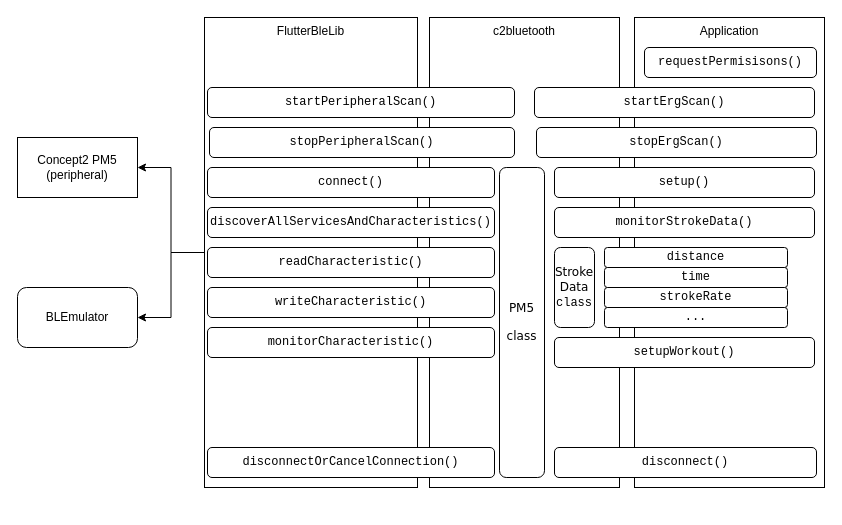
Before: docs/diagrams/C2_blue_design.drawio in OpenRowingCommunity/c2bluetooth, a draw.io diagram. Source tidied: cells renumbered, new cells numbered last; positions are measured from the earlier drawing's top-left corner, leaving out a move shared by most shapes. Both pictures are drawn from the tidied source at 100%, with x=0, y=0 at pixel (17, 17).
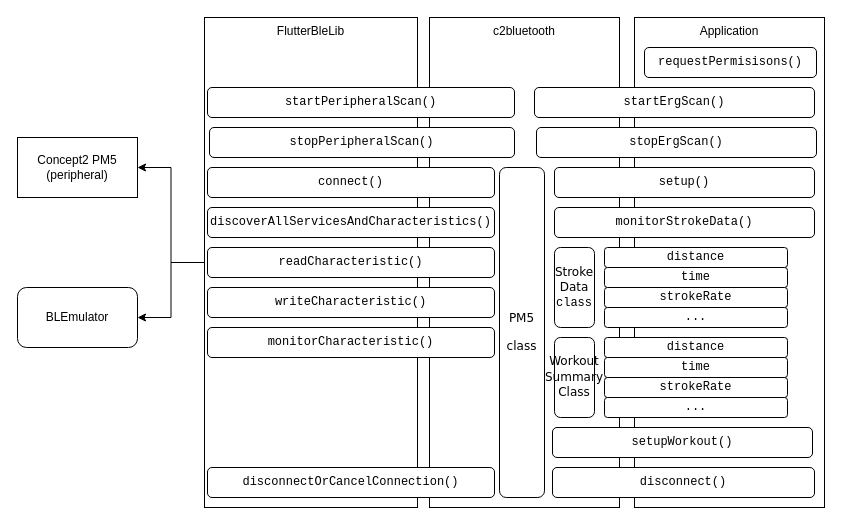
Above is the later version.

Commit message:
add workout summary class to design diagram

The edit, as a diff of the source:
```diff
@@
     <mxCell id="6" value="FlutterBleLib" style="rounded=0;whiteSpace=wrap;html=1;verticalAlign=top;" parent="1" vertex="1">
-      <mxGeometry x="187" width="213" height="470" as="geometry" />
+      <mxGeometry x="187" width="213" height="490" as="geometry" />
     </mxCell>
     <mxCell id="7" value="c2bluetooth" style="rounded=0;whiteSpace=wrap;html=1;verticalAlign=top;" parent="1" vertex="1">
-      <mxGeometry x="412" width="190" height="470" as="geometry" />
+      <mxGeometry x="412" width="190" height="490" as="geometry" />
     </mxCell>
     <mxCell id="8" value="Application" style="rounded=0;whiteSpace=wrap;html=1;verticalAlign=top;" parent="1" vertex="1">
-      <mxGeometry x="617" width="190" height="470" as="geometry" />
+      <mxGeometry x="617" width="190" height="490" as="geometry" />
     </mxCell>
@@
     <mxCell id="15" value="&lt;pre&gt;&lt;span class=&quot;pl-en&quot;&gt;&lt;font face=&quot;Verdana&quot;&gt;PM5&lt;/font&gt;&lt;/span&gt;&lt;/pre&gt;&lt;pre&gt;&lt;span class=&quot;pl-en&quot;&gt;&lt;font face=&quot;Verdana&quot;&gt;class&lt;/font&gt;&lt;/span&gt;&lt;/pre&gt;" style="rounded=1;whiteSpace=wrap;html=1;" parent="1" vertex="1">
-      <mxGeometry x="482" y="150" width="45" height="310" as="geometry" />
+      <mxGeometry x="482" y="150" width="45" height="330" as="geometry" />
     </mxCell>
@@
     <mxCell id="21" value="&lt;pre&gt;&lt;span class=&quot;pl-en&quot;&gt;disconnectOrCancelConnection()&lt;/span&gt;&lt;/pre&gt;" style="rounded=1;whiteSpace=wrap;html=1;" parent="1" vertex="1">
-      <mxGeometry x="190" y="430" width="287" height="30" as="geometry" />
+      <mxGeometry x="190" y="450" width="287" height="30" as="geometry" />
     </mxCell>
     <mxCell id="22" value="&lt;pre&gt;&lt;span class=&quot;pl-en&quot;&gt;disconnect()&lt;/span&gt;&lt;/pre&gt;" style="rounded=1;whiteSpace=wrap;html=1;" parent="1" vertex="1">
-      <mxGeometry x="537" y="430" width="262" height="30" as="geometry" />
+      <mxGeometry x="535" y="450" width="262" height="30" as="geometry" />
     </mxCell>
@@
     <mxCell id="28" value="&lt;pre&gt;&lt;span class=&quot;pl-en&quot;&gt;setupWorkout()&lt;/span&gt;&lt;/pre&gt;" style="rounded=1;whiteSpace=wrap;html=1;" parent="1" vertex="1">
-      <mxGeometry x="537" y="320" width="260" height="30" as="geometry" />
+      <mxGeometry x="535" y="410" width="260" height="30" as="geometry" />
     </mxCell>
@@
+    <mxCell id="30" value="&lt;pre&gt;&lt;font face=&quot;Verdana&quot;&gt;Workout&lt;br/&gt;Summary&lt;br/&gt;Class&lt;/font&gt;&lt;/pre&gt;" style="rounded=1;whiteSpace=wrap;html=1;" parent="1" vertex="1">
+      <mxGeometry x="537" y="320" width="40" height="80" as="geometry" />
+    </mxCell>
+    <mxCell id="31" value="&lt;pre&gt;&lt;span class=&quot;pl-en&quot;&gt;distance&lt;/span&gt;&lt;/pre&gt;" style="rounded=1;whiteSpace=wrap;html=1;" parent="1" vertex="1">
+      <mxGeometry x="587" y="320" width="183" height="20" as="geometry" />
+    </mxCell>
+    <mxCell id="32" value="&lt;pre&gt;&lt;span class=&quot;pl-en&quot;&gt;time&lt;/span&gt;&lt;/pre&gt;" style="rounded=1;whiteSpace=wrap;html=1;" parent="1" vertex="1">
+      <mxGeometry x="587" y="340" width="183" height="20" as="geometry" />
+    </mxCell>
+    <mxCell id="33" value="&lt;pre&gt;strokeRate&lt;/pre&gt;" style="rounded=1;whiteSpace=wrap;html=1;" parent="1" vertex="1">
+      <mxGeometry x="587" y="360" width="183" height="20" as="geometry" />
+    </mxCell>
+    <mxCell id="34" value="&lt;pre&gt;&lt;span class=&quot;pl-en&quot;&gt;...&lt;/span&gt;&lt;/pre&gt;" style="rounded=1;whiteSpace=wrap;html=1;" parent="1" vertex="1">
+      <mxGeometry x="587" y="380" width="183" height="20" as="geometry" />
+    </mxCell>
```
